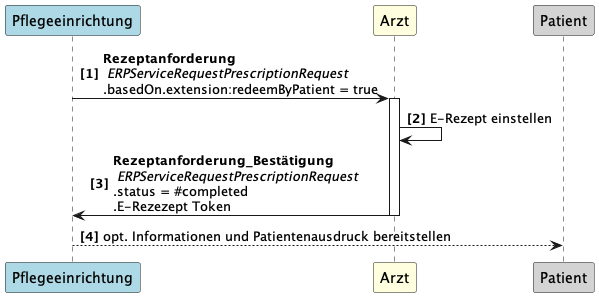
This is guides/ig-rezeptanforderung/images/puml_images/UC2.png from gematik/spec-E-Rezept-ServiceRequest, a PlantUML export, as it was before one commit.
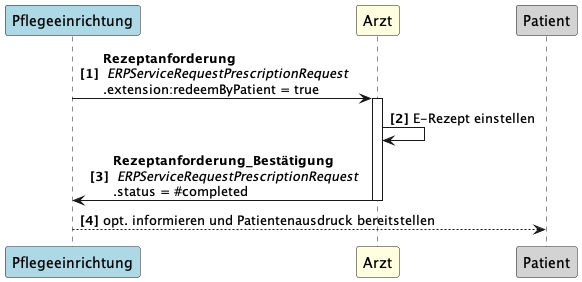
Later version of the same file.

Diff of the diagram source:
```diff
@@ -4,9 +4,9 @@
 participant Arzt as A #LightYellow
 participant Patient as P #LightGrey
 
-PE -> A++: <b>Rezeptanforderung\n <i>ERPServiceRequestPrescriptionRequest \n.basedOn.extension:redeemByPatient = true
+PE -> A++: <b>Rezeptanforderung\n <i>ERPServiceRequestPrescriptionRequest \n.extension:redeemByPatient = true
 A -> A: E-Rezept einstellen
-A -> PE--: <b>Rezeptanforderung_Bestätigung\n <i>ERPServiceRequestPrescriptionRequest  \n.status = #completed \n.E-Rezezept Token
-PE --> P: opt. Informationen und Patientenausdruck bereitstellen
+A -> PE--: <b>Rezeptanforderung_Bestätigung\n <i>ERPServiceRequestPrescriptionRequest  \n.status = #completed
+PE --> P: opt. informieren und Patientenausdruck bereitstellen
 
 @enduml
```
